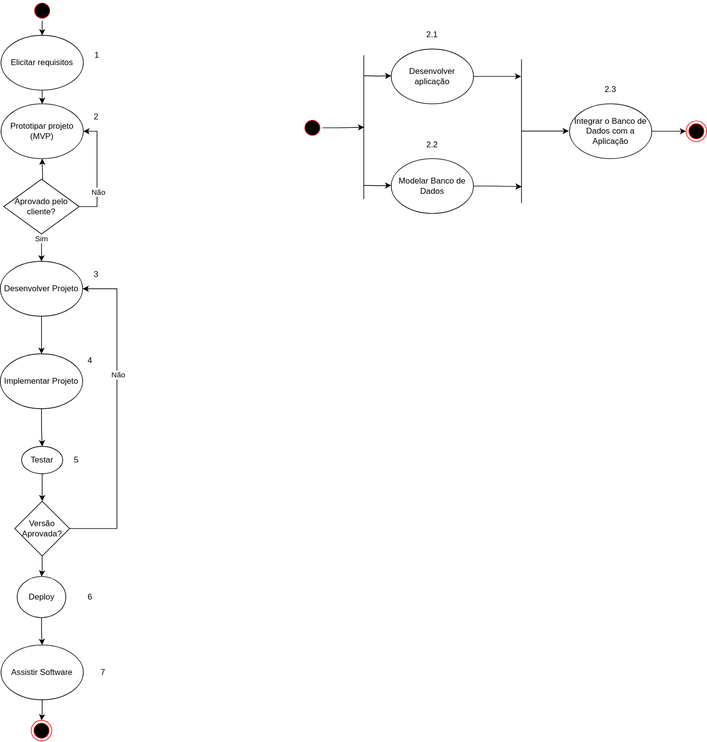
The draw.io diagram Atividade1_database.drawio.svg in t-aaago/EngSoft, before a commit. Source tidied: cells renumbered, new cells last; positions are measured from the earlier drawing's top-left corner, leaving out a move shared by most shapes.
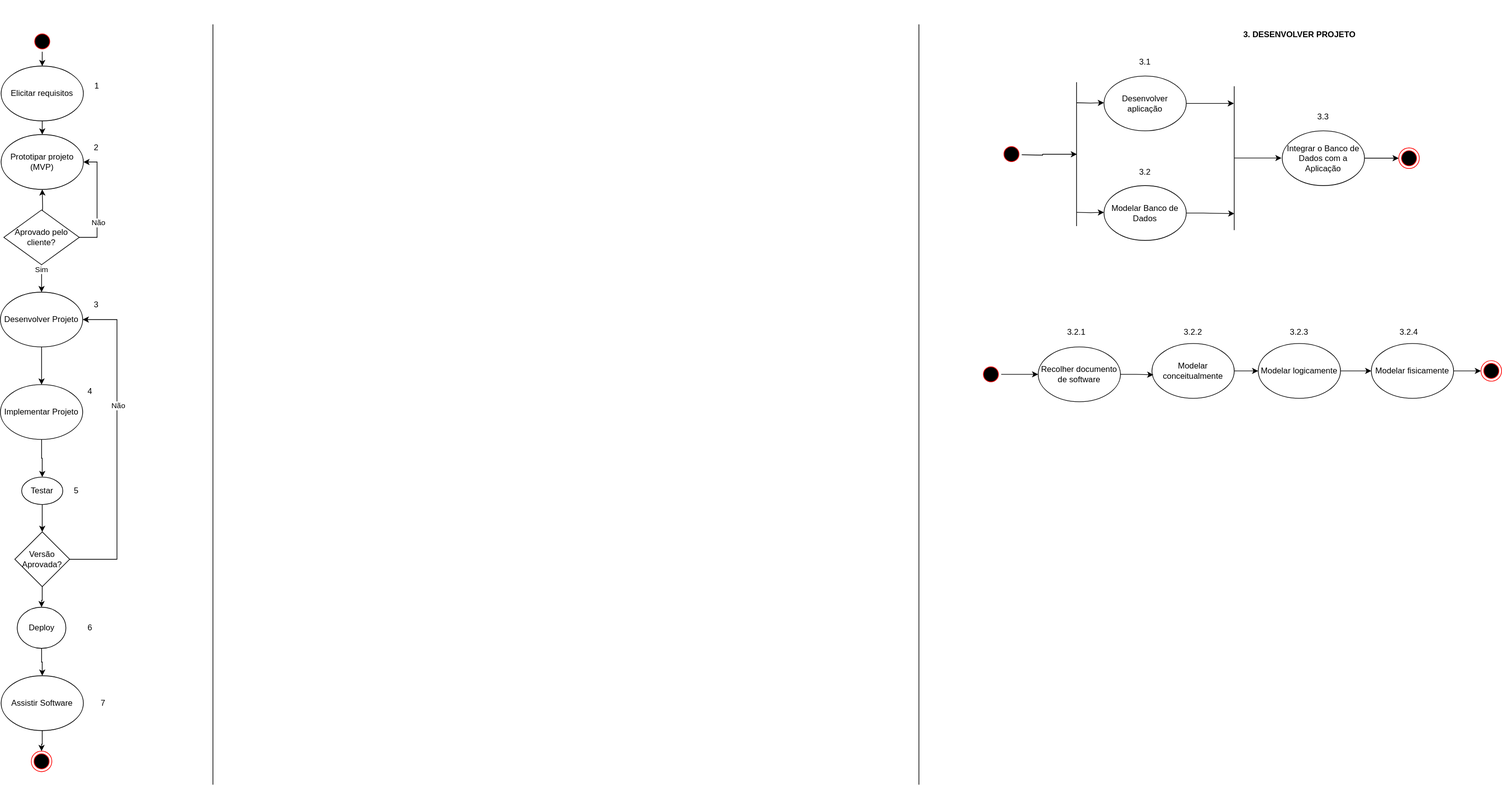
The same file after the commit.

Change to the diagram source:
```diff
@@ -116,28 +116,28 @@
       <mxGeometry x="111" y="861" width="40" height="20" as="geometry" />
     </mxCell>
     <mxCell id="35" style="line;strokeWidth=1;fillColor=none;align=left;verticalAlign=middle;spacingTop=-1;spacingLeft=3;spacingRight=3;labelPosition=right;points=[];portConstraint=eastwest;strokeColor=inherit;direction=north;" parent="1" vertex="1">
-      <mxGeometry x="510" y="80" width="40" height="210" as="geometry" />
+      <mxGeometry x="1550" y="74.5" width="40" height="210" as="geometry" />
     </mxCell>
     <mxCell id="36" style="edgeStyle=orthogonalEdgeStyle;rounded=0;orthogonalLoop=1;jettySize=auto;html=1;entryX=0.5;entryY=0.5;entryDx=0;entryDy=0;entryPerimeter=0;" parent="1" edge="1">
       <mxGeometry relative="1" as="geometry">
-        <mxPoint x="530" y="110" as="sourcePoint" />
-        <mxPoint x="570" y="110" as="targetPoint" />
+        <mxPoint x="1570" y="104.5" as="sourcePoint" />
+        <mxPoint x="1610" y="104.5" as="targetPoint" />
       </mxGeometry>
     </mxCell>
     <mxCell id="37" style="edgeStyle=orthogonalEdgeStyle;rounded=0;orthogonalLoop=1;jettySize=auto;html=1;entryX=0.5;entryY=0.5;entryDx=0;entryDy=0;entryPerimeter=0;" parent="1" edge="1">
       <mxGeometry relative="1" as="geometry">
-        <mxPoint x="530" y="270" as="sourcePoint" />
-        <mxPoint x="570" y="270" as="targetPoint" />
+        <mxPoint x="1570" y="264.5" as="sourcePoint" />
+        <mxPoint x="1610" y="264.5" as="targetPoint" />
       </mxGeometry>
     </mxCell>
     <mxCell id="38" value="Desenvolver aplicação" style="ellipse;whiteSpace=wrap;html=1;" parent="1" vertex="1">
-      <mxGeometry x="570" y="71" width="120" height="80" as="geometry" />
+      <mxGeometry x="1610" y="65.5" width="120" height="80" as="geometry" />
     </mxCell>
     <mxCell id="39" value="Modelar Banco de Dados" style="ellipse;whiteSpace=wrap;html=1;" parent="1" vertex="1">
-      <mxGeometry x="570" y="231" width="120" height="80" as="geometry" />
+      <mxGeometry x="1610" y="225.5" width="120" height="80" as="geometry" />
     </mxCell>
     <mxCell id="40" style="line;strokeWidth=1;fillColor=none;align=left;verticalAlign=middle;spacingTop=-1;spacingLeft=3;spacingRight=3;labelPosition=right;points=[];portConstraint=eastwest;strokeColor=inherit;direction=north;" parent="1" vertex="1">
-      <mxGeometry x="740" y="86" width="40" height="210" as="geometry" />
+      <mxGeometry x="1780" y="80.5" width="40" height="210" as="geometry" />
     </mxCell>
     <mxCell id="41" style="edgeStyle=orthogonalEdgeStyle;rounded=0;jettySize=auto;html=1;entryX=0.115;entryY=0.506;entryDx=0;entryDy=0;entryPerimeter=0;" parent="1" edge="1" source="39" target="40">
       <mxGeometry relative="1" as="geometry" />
@@ -147,33 +147,89 @@
     </mxCell>
     <mxCell id="43" style="edgeStyle=orthogonalEdgeStyle;rounded=0;orthogonalLoop=1;jettySize=auto;html=1;entryX=0.881;entryY=0.487;entryDx=0;entryDy=0;entryPerimeter=0;" parent="1" edge="1">
       <mxGeometry relative="1" as="geometry">
-        <mxPoint x="760" y="190.7" as="sourcePoint" />
-        <mxPoint x="829" y="190.7" as="targetPoint" />
+        <mxPoint x="1800" y="185.2" as="sourcePoint" />
+        <mxPoint x="1869" y="185.2" as="targetPoint" />
       </mxGeometry>
     </mxCell>
     <mxCell id="44" style="edgeStyle=orthogonalEdgeStyle;rounded=0;jettySize=auto;html=1;entryX=0;entryY=0.5;entryDx=0;entryDy=0;" parent="1" edge="1" source="45" target="51">
       <mxGeometry relative="1" as="geometry" />
     </mxCell>
     <mxCell id="45" value="Integrar o Banco de Dados com a Aplicação" style="ellipse;whiteSpace=wrap;html=1;" parent="1" vertex="1">
-      <mxGeometry x="830" y="151" width="120" height="80" as="geometry" />
+      <mxGeometry x="1870" y="145.5" width="120" height="80" as="geometry" />
     </mxCell>
     <mxCell id="46" style="ellipse;html=1;shape=startState;fillColor=#000000;strokeColor=#ff0000;" parent="1" vertex="1">
-      <mxGeometry x="440" y="171" width="30" height="30" as="geometry" />
+      <mxGeometry x="1460" y="164.5" width="30" height="30" as="geometry" />
     </mxCell>
-    <mxCell id="47" style="edgeStyle=orthogonalEdgeStyle;rounded=0;jettySize=auto;html=1;entryX=0.499;entryY=0.514;entryDx=0;entryDy=0;entryPerimeter=0;" parent="1" edge="1" source="46" target="35">
-      <mxGeometry relative="1" as="geometry" />
+    <mxCell id="47" style="edgeStyle=orthogonalEdgeStyle;rounded=0;jettySize=auto;html=1;entryX=0.499;entryY=0.514;entryDx=0;entryDy=0;entryPerimeter=0;" parent="1" edge="1" target="35">
+      <mxGeometry relative="1" as="geometry">
+        <mxPoint x="1490" y="180.5" as="sourcePoint" />
+      </mxGeometry>
     </mxCell>
-    <mxCell id="48" value="2.1" style="text;html=1;align=center;verticalAlign=middle;whiteSpace=wrap;rounded=0;" parent="1" vertex="1">
-      <mxGeometry x="610" y="40" width="40" height="20" as="geometry" />
+    <mxCell id="48" value="3.1" style="text;html=1;align=center;verticalAlign=middle;whiteSpace=wrap;rounded=0;" parent="1" vertex="1">
+      <mxGeometry x="1650" y="34.5" width="40" height="20" as="geometry" />
     </mxCell>
-    <mxCell id="49" value="2.2" style="text;html=1;align=center;verticalAlign=middle;whiteSpace=wrap;rounded=0;" parent="1" vertex="1">
-      <mxGeometry x="610" y="201" width="40" height="20" as="geometry" />
+    <mxCell id="49" value="3.2" style="text;html=1;align=center;verticalAlign=middle;whiteSpace=wrap;rounded=0;" parent="1" vertex="1">
+      <mxGeometry x="1650" y="195.5" width="40" height="20" as="geometry" />
     </mxCell>
-    <mxCell id="50" value="2.3" style="text;html=1;align=center;verticalAlign=middle;whiteSpace=wrap;rounded=0;" parent="1" vertex="1">
-      <mxGeometry x="870" y="120" width="40" height="20" as="geometry" />
+    <mxCell id="50" value="3.3" style="text;html=1;align=center;verticalAlign=middle;whiteSpace=wrap;rounded=0;" parent="1" vertex="1">
+      <mxGeometry x="1910" y="114.5" width="40" height="20" as="geometry" />
     </mxCell>
     <mxCell id="51" style="ellipse;html=1;shape=endState;fillColor=#000000;strokeColor=#ff0000;" parent="1" vertex="1">
-      <mxGeometry x="1000" y="176" width="30" height="30" as="geometry" />
+      <mxGeometry x="2040" y="170.5" width="30" height="30" as="geometry" />
     </mxCell>
+    <mxCell id="52" style="line;strokeWidth=1;fillColor=none;align=left;verticalAlign=middle;spacingTop=-1;spacingLeft=3;spacingRight=3;labelPosition=right;strokeColor=inherit;direction=north;" parent="1" vertex="1">
+      <mxGeometry x="290" y="-10" width="40" height="1110" as="geometry" />
+    </mxCell>
+    <mxCell id="53" style="line;strokeWidth=1;fillColor=none;align=left;verticalAlign=middle;spacingTop=-1;spacingLeft=3;spacingRight=3;labelPosition=right;strokeColor=inherit;direction=north;" parent="1" vertex="1">
+      <mxGeometry x="1320" y="-10" width="40" height="1110" as="geometry" />
+    </mxCell>
+    <mxCell id="54" value="3. DESENVOLVER PROJETO" style="text;align=center;fontStyle=1;verticalAlign=middle;spacingLeft=3;spacingRight=3;strokeColor=none;html=1;" parent="1" vertex="1">
+      <mxGeometry x="1780" y="-45.5" width="230" height="100" as="geometry" />
+    </mxCell>
+    <mxCell id="55" style="edgeStyle=orthogonalEdgeStyle;rounded=0;jettySize=auto;html=1;entryX=0;entryY=0.5;entryDx=0;entryDy=0;" parent="1" edge="1" source="56" target="57">
+      <mxGeometry relative="1" as="geometry" />
+    </mxCell>
+    <mxCell id="56" style="ellipse;html=1;shape=startState;fillColor=#000000;strokeColor=#ff0000;" parent="1" vertex="1">
+      <mxGeometry x="1430" y="486" width="30" height="30" as="geometry" />
+    </mxCell>
+    <mxCell id="57" value="Recolher documento de software" style="ellipse;whiteSpace=wrap;html=1;" parent="1" vertex="1">
+      <mxGeometry x="1514" y="461" width="120" height="80" as="geometry" />
+    </mxCell>
+    <mxCell id="58" style="edgeStyle=orthogonalEdgeStyle;rounded=0;jettySize=auto;html=1;entryX=0;entryY=0.5;entryDx=0;entryDy=0;" parent="1" edge="1" source="59" target="62">
+      <mxGeometry relative="1" as="geometry" />
+    </mxCell>
+    <mxCell id="59" value="Modelar conceitualmente" style="ellipse;whiteSpace=wrap;html=1;" parent="1" vertex="1">
+      <mxGeometry x="1680" y="456" width="120" height="80" as="geometry" />
+    </mxCell>
+    <mxCell id="60" style="edgeStyle=orthogonalEdgeStyle;rounded=0;jettySize=auto;html=1;entryX=0.017;entryY=0.571;entryDx=0;entryDy=0;entryPerimeter=0;" parent="1" edge="1" source="57" target="59">
+      <mxGeometry relative="1" as="geometry" />
+    </mxCell>
+    <mxCell id="61" style="edgeStyle=orthogonalEdgeStyle;rounded=0;jettySize=auto;html=1;entryX=0;entryY=0.5;entryDx=0;entryDy=0;" parent="1" edge="1" source="62" target="64">
+      <mxGeometry relative="1" as="geometry" />
+    </mxCell>
+    <mxCell id="62" value="Modelar logicamente" style="ellipse;whiteSpace=wrap;html=1;" parent="1" vertex="1">
+      <mxGeometry x="1835" y="456" width="120" height="80" as="geometry" />
+    </mxCell>
+    <mxCell id="63" style="edgeStyle=orthogonalEdgeStyle;rounded=0;jettySize=auto;html=1;" parent="1" edge="1" source="64" target="69">
+      <mxGeometry relative="1" as="geometry" />
+    </mxCell>
+    <mxCell id="64" value="Modelar fisicamente" style="ellipse;whiteSpace=wrap;html=1;" parent="1" vertex="1">
+      <mxGeometry x="2000" y="456" width="120" height="80" as="geometry" />
+    </mxCell>
+    <mxCell id="65" value="3.2.1" style="text;html=1;align=center;verticalAlign=middle;whiteSpace=wrap;rounded=0;" parent="1" vertex="1">
+      <mxGeometry x="1550" y="430" width="40" height="20" as="geometry" />
+    </mxCell>
+    <mxCell id="66" value="3.2.2" style="text;html=1;align=center;verticalAlign=middle;whiteSpace=wrap;rounded=0;" parent="1" vertex="1">
+      <mxGeometry x="1720" y="430" width="40" height="20" as="geometry" />
+    </mxCell>
+    <mxCell id="67" value="3.2.3" style="text;html=1;align=center;verticalAlign=middle;whiteSpace=wrap;rounded=0;" parent="1" vertex="1">
+      <mxGeometry x="1875" y="430" width="40" height="20" as="geometry" />
+    </mxCell>
+    <mxCell id="68" value="3.2.4" style="text;html=1;align=center;verticalAlign=middle;whiteSpace=wrap;rounded=0;" parent="1" vertex="1">
+      <mxGeometry x="2035" y="430" width="40" height="20" as="geometry" />
+    </mxCell>
+    <mxCell id="69" style="ellipse;html=1;shape=endState;fillColor=#000000;strokeColor=#ff0000;" parent="1" vertex="1">
+      <mxGeometry x="2160" y="481" width="30" height="30" as="geometry" />
+    </mxCell>
   </root>
 </mxGraphModel>
```
